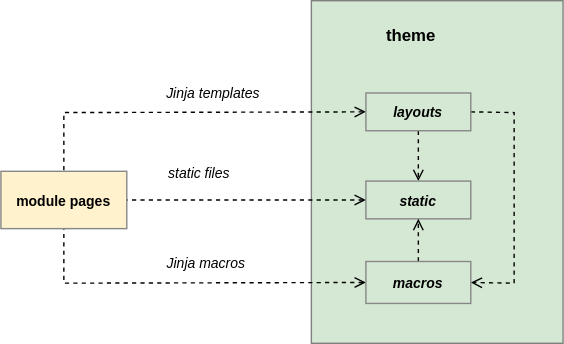
Before: docs/diagrams/pigal_theme_structure.drawio.svg, a diagram exported from draw.io (MalcomChumchouaPenda/Pigal-Flask). Source tidied: cells renumbered, new cells last; positions are measured from the earlier drawing's top-left corner, leaving out a move shared by most shapes.
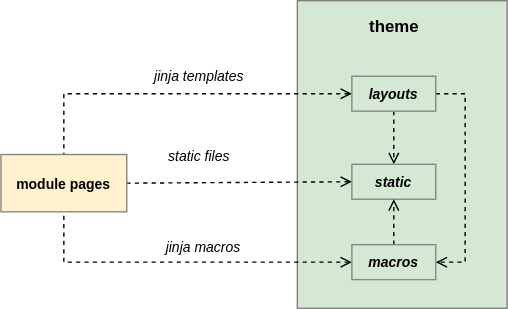
After the change.

What changed in the source:
```diff
@@ -3,62 +3,54 @@
     <mxCell id="0" />
     <mxCell id="1" parent="0" />
     <mxCell id="2" style="rounded=0;whiteSpace=wrap;html=1;fillColor=#d5e8d4;strokeColor=#808080;fontSize=12;" parent="1" vertex="1">
-      <mxGeometry x="222" width="180" height="245" as="geometry" />
+      <mxGeometry x="184" y="2" width="150" height="220" as="geometry" />
     </mxCell>
     <mxCell id="3" value="theme" style="text;html=1;strokeColor=none;fillColor=none;align=center;verticalAlign=middle;whiteSpace=wrap;rounded=0;fontStyle=1;fontSize=12;" parent="1" vertex="1">
-      <mxGeometry x="263" y="10" width="61" height="30" as="geometry" />
+      <mxGeometry x="223" y="6" width="61" height="30" as="geometry" />
     </mxCell>
     <mxCell id="4" style="edgeStyle=none;html=1;exitX=0.5;exitY=1;exitDx=0;exitDy=0;entryX=0.5;entryY=0;entryDx=0;entryDy=0;dashed=1;endArrow=open;endFill=0;" parent="1" edge="1" source="7" target="9">
       <mxGeometry relative="1" as="geometry" />
     </mxCell>
-    <mxCell id="5" style="edgeStyle=none;html=1;exitX=0;exitY=0.5;exitDx=0;exitDy=0;entryX=0.5;entryY=0;entryDx=0;entryDy=0;dashed=1;endArrow=none;endFill=0;rounded=0;curved=0;startArrow=open;startFill=0;" parent="1" edge="1" source="7" target="13">
-      <mxGeometry relative="1" as="geometry">
-        <Array as="points">
-          <mxPoint x="45" y="80" />
-        </Array>
-      </mxGeometry>
+    <mxCell id="5" style="edgeStyle=orthogonalEdgeStyle;html=1;exitX=0;exitY=0.5;exitDx=0;exitDy=0;entryX=0.5;entryY=0;entryDx=0;entryDy=0;dashed=1;endArrow=none;endFill=0;rounded=0;startArrow=open;startFill=0;" parent="1" edge="1" source="7" target="13">
+      <mxGeometry relative="1" as="geometry" />
     </mxCell>
-    <mxCell id="6" style="edgeStyle=none;html=1;entryX=1;entryY=0.5;entryDx=0;entryDy=0;rounded=0;curved=0;dashed=1;endArrow=open;endFill=0;exitX=1;exitY=0.5;exitDx=0;exitDy=0;" parent="1" edge="1" source="7" target="12">
+    <mxCell id="6" style="edgeStyle=orthogonalEdgeStyle;html=1;entryX=1;entryY=0.5;entryDx=0;entryDy=0;rounded=0;dashed=1;endArrow=open;endFill=0;exitX=1;exitY=0.5;exitDx=0;exitDy=0;" parent="1" edge="1" source="7" target="12">
       <mxGeometry relative="1" as="geometry">
         <Array as="points">
-          <mxPoint x="367" y="80" />
-          <mxPoint x="367" y="202" />
+          <mxPoint x="304" y="69" />
+          <mxPoint x="304" y="189" />
         </Array>
       </mxGeometry>
     </mxCell>
     <mxCell id="7" value="layouts" style="rounded=0;whiteSpace=wrap;html=1;fillColor=none;fontStyle=3;fontSize=10;strokeColor=#878787;strokeWidth=1;flipV=1;" parent="1" vertex="1">
-      <mxGeometry x="261" y="66" width="75" height="27" as="geometry" />
+      <mxGeometry x="223" y="56" width="60" height="25" as="geometry" />
     </mxCell>
     <mxCell id="8" style="edgeStyle=none;html=1;entryX=1;entryY=0.5;entryDx=0;entryDy=0;dashed=1;endArrow=none;endFill=0;rounded=0;curved=0;startArrow=open;startFill=0;exitX=0;exitY=0.5;exitDx=0;exitDy=0;" parent="1" edge="1" source="9" target="13">
       <mxGeometry relative="1" as="geometry" />
     </mxCell>
     <mxCell id="9" value="static" style="rounded=0;whiteSpace=wrap;html=1;fillColor=none;fontStyle=3;fontSize=10;strokeColor=#878787;strokeWidth=1;flipV=1;" parent="1" vertex="1">
-      <mxGeometry x="261" y="129" width="75" height="27" as="geometry" />
+      <mxGeometry x="223" y="119" width="60" height="25" as="geometry" />
     </mxCell>
     <mxCell id="10" style="edgeStyle=none;html=1;entryX=0.5;entryY=1;entryDx=0;entryDy=0;dashed=1;endArrow=open;endFill=0;" parent="1" edge="1" source="12" target="9">
       <mxGeometry relative="1" as="geometry" />
     </mxCell>
-    <mxCell id="11" style="edgeStyle=none;html=1;entryX=0.5;entryY=1;entryDx=0;entryDy=0;dashed=1;endArrow=none;endFill=0;rounded=0;curved=0;startArrow=open;startFill=0;exitX=0;exitY=0.5;exitDx=0;exitDy=0;" parent="1" edge="1" source="12" target="13">
-      <mxGeometry relative="1" as="geometry">
-        <Array as="points">
-          <mxPoint x="45" y="202" />
-        </Array>
-      </mxGeometry>
+    <mxCell id="11" style="edgeStyle=orthogonalEdgeStyle;html=1;entryX=0.5;entryY=1;entryDx=0;entryDy=0;dashed=1;endArrow=none;endFill=0;rounded=0;startArrow=open;startFill=0;exitX=0;exitY=0.5;exitDx=0;exitDy=0;" parent="1" edge="1" source="12" target="13">
+      <mxGeometry relative="1" as="geometry" />
     </mxCell>
     <mxCell id="12" value="macros" style="rounded=0;whiteSpace=wrap;html=1;fillColor=none;fontStyle=3;fontSize=10;strokeColor=#878787;strokeWidth=1;flipV=1;" parent="1" vertex="1">
-      <mxGeometry x="261" y="186.5" width="75" height="30" as="geometry" />
+      <mxGeometry x="223" y="176.5" width="60" height="25" as="geometry" />
     </mxCell>
     <mxCell id="13" value="module pages" style="rounded=0;whiteSpace=wrap;html=1;fillColor=#FFF2CC;fontStyle=1;fontSize=10;strokeColor=#878787;strokeWidth=1;flipV=1;" parent="1" vertex="1">
-      <mxGeometry y="122" width="90" height="41" as="geometry" />
+      <mxGeometry x="-28" y="112" width="90" height="41" as="geometry" />
     </mxCell>
-    <mxCell id="14" value="Jinja templates" style="rounded=0;whiteSpace=wrap;html=1;fillColor=none;fontStyle=2;fontSize=10;strokeColor=none;strokeWidth=1;flipV=1;" parent="1" vertex="1">
-      <mxGeometry x="112" y="52" width="80" height="27" as="geometry" />
+    <mxCell id="14" value="jinja templates" style="rounded=0;whiteSpace=wrap;html=1;fillColor=none;fontStyle=2;fontSize=10;strokeColor=none;strokeWidth=1;flipV=1;" parent="1" vertex="1">
+      <mxGeometry x="74" y="42" width="80" height="27" as="geometry" />
     </mxCell>
     <mxCell id="15" value="static files" style="rounded=0;whiteSpace=wrap;html=1;fillColor=none;fontStyle=2;fontSize=10;strokeColor=none;strokeWidth=1;flipV=1;" parent="1" vertex="1">
-      <mxGeometry x="112" y="109" width="60" height="27" as="geometry" />
+      <mxGeometry x="84" y="99" width="60" height="27" as="geometry" />
     </mxCell>
-    <mxCell id="16" value="Jinja macros" style="rounded=0;whiteSpace=wrap;html=1;fillColor=none;fontStyle=2;fontSize=10;strokeColor=none;strokeWidth=1;flipV=1;" parent="1" vertex="1">
-      <mxGeometry x="112" y="174" width="70" height="27" as="geometry" />
+    <mxCell id="16" value="jinja macros" style="rounded=0;whiteSpace=wrap;html=1;fillColor=none;fontStyle=2;fontSize=10;strokeColor=none;strokeWidth=1;flipV=1;" parent="1" vertex="1">
+      <mxGeometry x="82" y="164" width="70" height="27" as="geometry" />
     </mxCell>
   </root>
 </mxGraphModel>
```
